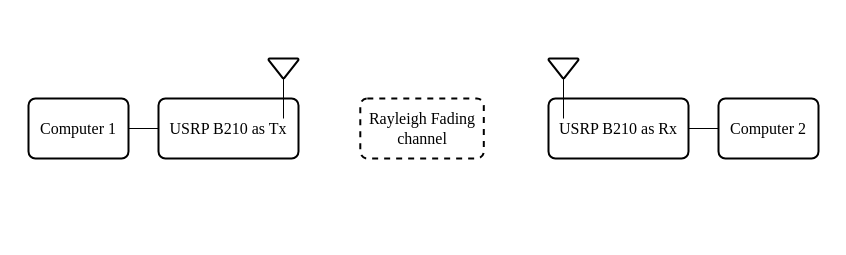
This is page "Page-1" (1 of 6) of experimental design.drawio from troders34/research, a draw.io file, before an edit. Source tidied: cells renumbered, new cells numbered last; positions are measured from the earlier drawing's top-left corner, leaving out a move shared by most shapes. Both pictures are drawn from the tidied source at 100%, with x=0, y=0 at pixel (28, 58).
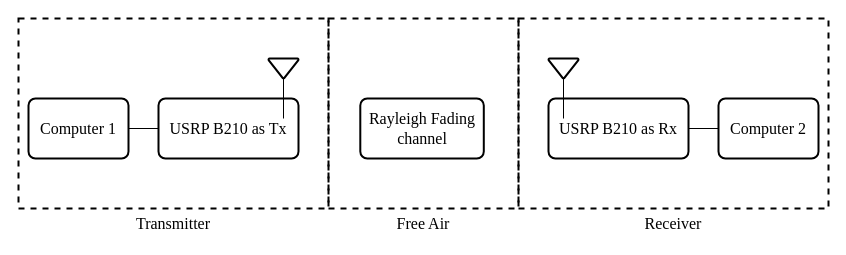
The same page after the edit.

The edit, as a diff of the source:
```diff
@@
+    <mxCell id="15" style="rounded=0;whiteSpace=wrap;html=1;strokeWidth=2;fillColor=none;dashed=1;" parent="1" vertex="1">
+      <mxGeometry x="-10" y="-40" width="310" height="190" as="geometry" />
+    </mxCell>
@@
-    <mxCell id="14" value="Rayleigh Fading channel" style="rounded=1;whiteSpace=wrap;html=1;absoluteArcSize=1;arcSize=14;strokeWidth=2;dashed=1;fontFamily=Times New Roman;fontSize=16;" parent="1" vertex="1">
+    <mxCell id="14" value="Rayleigh Fading channel" style="rounded=1;whiteSpace=wrap;html=1;absoluteArcSize=1;arcSize=14;strokeWidth=2;fontFamily=Times New Roman;fontSize=16;" parent="1" vertex="1">
       <mxGeometry x="331.8" y="40" width="123.5" height="60" as="geometry" />
     </mxCell>
+    <mxCell id="16" style="rounded=0;whiteSpace=wrap;html=1;strokeWidth=2;fillColor=none;dashed=1;" parent="1" vertex="1">
+      <mxGeometry x="300" y="-40" width="190" height="190" as="geometry" />
+    </mxCell>
+    <mxCell id="17" style="rounded=0;whiteSpace=wrap;html=1;strokeWidth=2;fillColor=none;dashed=1;" parent="1" vertex="1">
+      <mxGeometry x="490" y="-40" width="310" height="190" as="geometry" />
+    </mxCell>
+    <mxCell id="18" value="Transmitter" style="text;html=1;align=center;verticalAlign=middle;whiteSpace=wrap;rounded=0;fontFamily=Times New Roman;fontSize=16;" parent="1" vertex="1">
+      <mxGeometry x="85" y="150" width="120" height="30" as="geometry" />
+    </mxCell>
+    <mxCell id="19" value="Free Air" style="text;html=1;align=center;verticalAlign=middle;whiteSpace=wrap;rounded=0;fontFamily=Times New Roman;fontSize=16;" parent="1" vertex="1">
+      <mxGeometry x="335" y="150" width="120" height="30" as="geometry" />
+    </mxCell>
+    <mxCell id="20" value="Receiver" style="text;html=1;align=center;verticalAlign=middle;whiteSpace=wrap;rounded=0;fontFamily=Times New Roman;fontSize=16;" parent="1" vertex="1">
+      <mxGeometry x="585" y="150" width="120" height="30" as="geometry" />
+    </mxCell>
```
